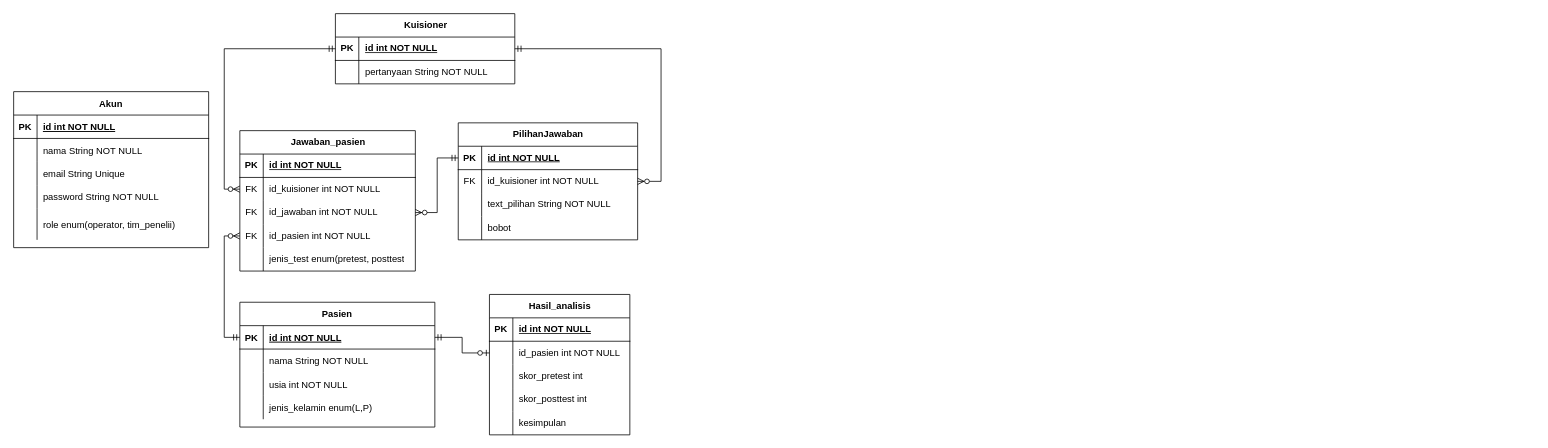
zzarr/Tugas-Akhir keeps this draw.io diagram as Untitled Diagram.drawio. Above is the earlier version. Source tidied: cells renumbered, new cells numbered last; positions are measured from the earlier drawing's top-left corner, leaving out a move shared by most shapes. Both pictures are drawn from the tidied source at 78%, with x=0, y=0 at pixel (13, 13).
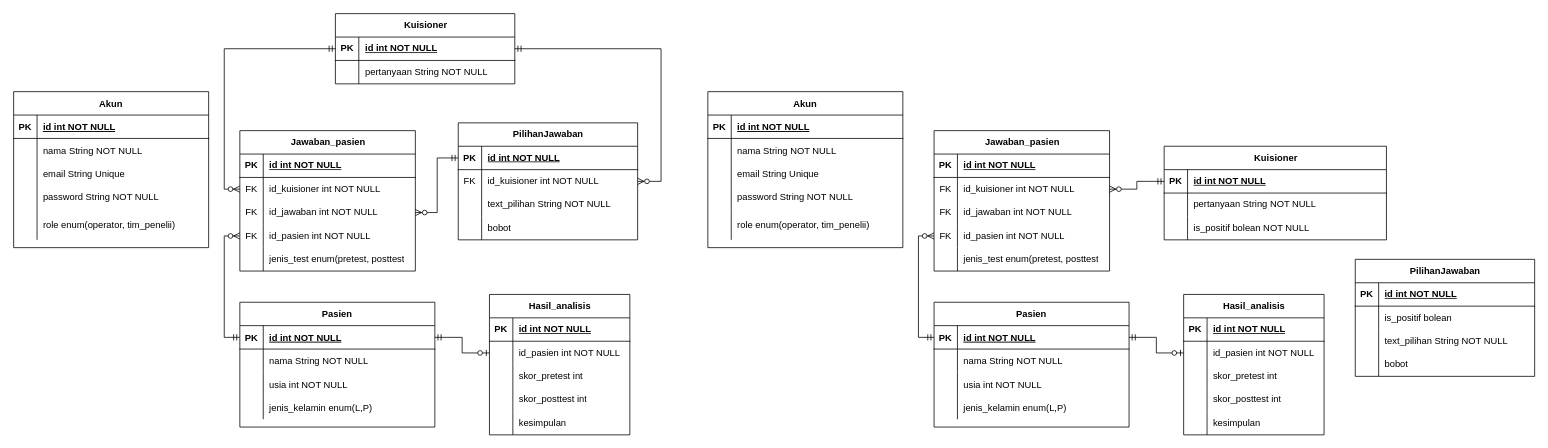
The same page after the edit.

The edit, as a diff of the source:
```diff
@@
+    <mxCell id="88" value="Pasien" style="shape=table;startSize=30;childLayout=tableLayout;rowLines=0;fontStyle=1;align=center;" parent="1" vertex="1">
+      <mxGeometry x="1180" y="370" width="250" height="160" as="geometry" />
+    </mxCell>
+    <mxCell id="89" style="shape=partialRectangle;fillColor=none;points=[[0,0.5],[1,0.5]];portConstraint=eastwest;top=0;left=0;right=0;bottom=1;" parent="88" vertex="1">
+      <mxGeometry y="30" width="250" height="30" as="geometry" />
+    </mxCell>
+    <mxCell id="90" value="PK" style="shape=partialRectangle;overflow=hidden;fillColor=none;top=0;left=0;bottom=0;right=0;fontStyle=1;" parent="89" vertex="1">
+      <mxGeometry width="30" height="30" as="geometry" />
+    </mxCell>
+    <mxCell id="91" value="id int NOT NULL" style="shape=partialRectangle;overflow=hidden;fillColor=none;top=0;left=0;bottom=0;right=0;align=left;spacingLeft=6;fontStyle=5;" parent="89" vertex="1">
+      <mxGeometry x="30" width="220" height="30" as="geometry" />
+    </mxCell>
+    <mxCell id="92" style="shape=partialRectangle;fillColor=none;top=0;left=0;right=0;bottom=0;" parent="88" vertex="1">
+      <mxGeometry y="60" width="250" height="30" as="geometry" />
+    </mxCell>
+    <mxCell id="93" style="shape=partialRectangle;overflow=hidden;fillColor=none;top=0;left=0;bottom=0;right=0;" parent="92" vertex="1">
+      <mxGeometry width="30" height="30" as="geometry" />
+    </mxCell>
+    <mxCell id="94" value="nama String NOT NULL" style="shape=partialRectangle;overflow=hidden;fillColor=none;top=0;left=0;bottom=0;right=0;align=left;spacingLeft=6;" parent="92" vertex="1">
+      <mxGeometry x="30" width="220" height="30" as="geometry" />
+    </mxCell>
+    <mxCell id="95" style="shape=partialRectangle;fillColor=none;top=0;left=0;right=0;bottom=0;" parent="88" vertex="1">
+      <mxGeometry y="90" width="250" height="30" as="geometry" />
+    </mxCell>
+    <mxCell id="96" style="shape=partialRectangle;overflow=hidden;fillColor=none;top=0;left=0;bottom=0;right=0;" parent="95" vertex="1">
+      <mxGeometry width="30" height="30" as="geometry" />
+    </mxCell>
+    <mxCell id="97" value="usia int NOT NULL" style="shape=partialRectangle;overflow=hidden;fillColor=none;top=0;left=0;bottom=0;right=0;align=left;spacingLeft=6;" parent="95" vertex="1">
+      <mxGeometry x="30" width="220" height="30" as="geometry" />
+    </mxCell>
+    <mxCell id="98" style="shape=partialRectangle;fillColor=none;top=0;left=0;right=0;bottom=0;" parent="88" vertex="1">
+      <mxGeometry y="120" width="250" height="30" as="geometry" />
+    </mxCell>
+    <mxCell id="99" style="shape=partialRectangle;overflow=hidden;fillColor=none;top=0;left=0;bottom=0;right=0;" parent="98" vertex="1">
+      <mxGeometry width="30" height="30" as="geometry" />
+    </mxCell>
+    <mxCell id="100" value="jenis_kelamin enum(L,P)" style="shape=partialRectangle;overflow=hidden;fillColor=none;top=0;left=0;bottom=0;right=0;align=left;spacingLeft=6;" parent="98" vertex="1">
+      <mxGeometry x="30" width="220" height="30" as="geometry" />
+    </mxCell>
+    <mxCell id="101" value="Akun" style="shape=table;startSize=30;childLayout=tableLayout;rowLines=0;fontStyle=1;align=center;" parent="1" vertex="1">
+      <mxGeometry x="890" y="100" width="250" height="200" as="geometry" />
+    </mxCell>
+    <mxCell id="102" style="shape=partialRectangle;fillColor=none;top=0;left=0;right=0;bottom=1;" parent="101" vertex="1">
+      <mxGeometry y="30" width="250" height="30" as="geometry" />
+    </mxCell>
+    <mxCell id="103" value="PK" style="shape=partialRectangle;overflow=hidden;fillColor=none;top=0;left=0;bottom=0;right=0;fontStyle=1;" parent="102" vertex="1">
+      <mxGeometry width="30" height="30" as="geometry" />
+    </mxCell>
+    <mxCell id="104" value="id int NOT NULL" style="shape=partialRectangle;overflow=hidden;fillColor=none;top=0;left=0;bottom=0;right=0;align=left;spacingLeft=6;fontStyle=5;" parent="102" vertex="1">
+      <mxGeometry x="30" width="220" height="30" as="geometry" />
+    </mxCell>
+    <mxCell id="105" style="shape=partialRectangle;fillColor=none;top=0;left=0;right=0;bottom=0;" parent="101" vertex="1">
+      <mxGeometry y="60" width="250" height="30" as="geometry" />
+    </mxCell>
+    <mxCell id="106" style="shape=partialRectangle;overflow=hidden;fillColor=none;top=0;left=0;bottom=0;right=0;" parent="105" vertex="1">
+      <mxGeometry width="30" height="30" as="geometry" />
+    </mxCell>
+    <mxCell id="107" value="nama String NOT NULL" style="shape=partialRectangle;overflow=hidden;fillColor=none;top=0;left=0;bottom=0;right=0;align=left;spacingLeft=6;" parent="105" vertex="1">
+      <mxGeometry x="30" width="220" height="30" as="geometry" />
+    </mxCell>
+    <mxCell id="108" style="shape=partialRectangle;fillColor=none;top=0;left=0;right=0;bottom=0;" parent="101" vertex="1">
+      <mxGeometry y="90" width="250" height="30" as="geometry" />
+    </mxCell>
+    <mxCell id="109" style="shape=partialRectangle;overflow=hidden;fillColor=none;top=0;left=0;bottom=0;right=0;" parent="108" vertex="1">
+      <mxGeometry width="30" height="30" as="geometry" />
+    </mxCell>
+    <mxCell id="110" value="email String Unique" style="shape=partialRectangle;overflow=hidden;fillColor=none;top=0;left=0;bottom=0;right=0;align=left;spacingLeft=6;" parent="108" vertex="1">
+      <mxGeometry x="30" width="220" height="30" as="geometry" />
+    </mxCell>
+    <mxCell id="111" style="shape=partialRectangle;fillColor=none;top=0;left=0;right=0;bottom=0;" parent="101" vertex="1">
+      <mxGeometry y="120" width="250" height="30" as="geometry" />
+    </mxCell>
+    <mxCell id="112" style="shape=partialRectangle;overflow=hidden;fillColor=none;top=0;left=0;bottom=0;right=0;" parent="111" vertex="1">
+      <mxGeometry width="30" height="30" as="geometry" />
+    </mxCell>
+    <mxCell id="113" value="password String NOT NULL" style="shape=partialRectangle;overflow=hidden;fillColor=none;top=0;left=0;bottom=0;right=0;align=left;spacingLeft=6;" parent="111" vertex="1">
+      <mxGeometry x="30" width="220" height="30" as="geometry" />
+    </mxCell>
+    <mxCell id="114" style="shape=partialRectangle;fillColor=none;top=0;left=0;right=0;bottom=0;" parent="101" vertex="1">
+      <mxGeometry y="150" width="250" height="40" as="geometry" />
+    </mxCell>
+    <mxCell id="115" style="shape=partialRectangle;overflow=hidden;fillColor=none;top=0;left=0;bottom=0;right=0;" parent="114" vertex="1">
+      <mxGeometry width="30" height="40" as="geometry" />
+    </mxCell>
+    <mxCell id="116" value="role enum(operator, tim_penelii)" style="shape=partialRectangle;overflow=hidden;fillColor=none;top=0;left=0;bottom=0;right=0;align=left;spacingLeft=6;" parent="114" vertex="1">
+      <mxGeometry x="30" width="220" height="40" as="geometry" />
+    </mxCell>
+    <mxCell id="117" value="Kuisioner" style="shape=table;startSize=30;childLayout=tableLayout;rowLines=0;fontStyle=1;align=center;html=1;" parent="1" vertex="1">
+      <mxGeometry x="1475" y="170" width="285" height="120" as="geometry" />
+    </mxCell>
+    <mxCell id="118" style="shape=tableRow;horizontal=0;startSize=0;swimlaneHead=0;swimlaneBody=0;fillColor=none;points=[[0,0.5],[1,0.5]];portConstraint=eastwest;top=0;left=0;right=0;bottom=1;" parent="117" vertex="1">
+      <mxGeometry y="30" width="285" height="30" as="geometry" />
+    </mxCell>
+    <mxCell id="119" value="PK" style="shape=partialRectangle;fillColor=none;top=0;left=0;bottom=0;right=0;fontStyle=1;overflow=hidden;whiteSpace=wrap;html=1;" parent="118" vertex="1">
+      <mxGeometry width="30" height="30" as="geometry" />
+    </mxCell>
+    <mxCell id="120" value="id int NOT NULL" style="shape=partialRectangle;fillColor=none;top=0;left=0;bottom=0;right=0;align=left;spacingLeft=6;fontStyle=5;overflow=hidden;whiteSpace=wrap;html=1;" parent="118" vertex="1">
+      <mxGeometry x="30" width="255" height="30" as="geometry" />
+    </mxCell>
+    <mxCell id="121" style="shape=tableRow;horizontal=0;startSize=0;swimlaneHead=0;swimlaneBody=0;fillColor=none;top=0;left=0;right=0;bottom=0;" parent="117" vertex="1">
+      <mxGeometry y="60" width="285" height="30" as="geometry" />
+    </mxCell>
+    <mxCell id="122" style="shape=partialRectangle;fillColor=none;top=0;left=0;bottom=0;right=0;overflow=hidden;whiteSpace=wrap;html=1;" parent="121" vertex="1">
+      <mxGeometry width="30" height="30" as="geometry" />
+    </mxCell>
+    <mxCell id="123" value="pertanyaan String NOT NULL" style="shape=partialRectangle;fillColor=none;top=0;left=0;bottom=0;right=0;align=left;spacingLeft=6;overflow=hidden;whiteSpace=wrap;html=1;" parent="121" vertex="1">
+      <mxGeometry x="30" width="255" height="30" as="geometry" />
+    </mxCell>
+    <mxCell id="124" style="shape=tableRow;horizontal=0;startSize=0;swimlaneHead=0;swimlaneBody=0;fillColor=none;top=0;left=0;right=0;bottom=0;" parent="117" vertex="1">
+      <mxGeometry y="90" width="285" height="30" as="geometry" />
+    </mxCell>
+    <mxCell id="125" style="shape=partialRectangle;fillColor=none;top=0;left=0;bottom=0;right=0;overflow=hidden;whiteSpace=wrap;html=1;" parent="124" vertex="1">
+      <mxGeometry width="30" height="30" as="geometry" />
+    </mxCell>
+    <mxCell id="126" value="is_positif bolean NOT NULL" style="shape=partialRectangle;fillColor=none;top=0;left=0;bottom=0;right=0;align=left;spacingLeft=6;overflow=hidden;whiteSpace=wrap;html=1;" parent="124" vertex="1">
+      <mxGeometry x="30" width="255" height="30" as="geometry" />
+    </mxCell>
+    <mxCell id="127" value="Jawaban_pasien" style="shape=table;startSize=30;childLayout=tableLayout;rowLines=0;fontStyle=1;align=center;html=1;" parent="1" vertex="1">
+      <mxGeometry x="1180" y="150" width="225" height="180" as="geometry" />
+    </mxCell>
+    <mxCell id="128" style="shape=tableRow;horizontal=0;startSize=0;swimlaneHead=0;swimlaneBody=0;fillColor=none;top=0;left=0;right=0;bottom=1;" parent="127" vertex="1">
+      <mxGeometry y="30" width="225" height="30" as="geometry" />
+    </mxCell>
+    <mxCell id="129" value="PK" style="shape=partialRectangle;fillColor=none;top=0;left=0;bottom=0;right=0;fontStyle=1;overflow=hidden;whiteSpace=wrap;html=1;" parent="128" vertex="1">
+      <mxGeometry width="30" height="30" as="geometry" />
+    </mxCell>
+    <mxCell id="130" value="id int NOT NULL" style="shape=partialRectangle;fillColor=none;top=0;left=0;bottom=0;right=0;align=left;spacingLeft=6;fontStyle=5;overflow=hidden;whiteSpace=wrap;html=1;" parent="128" vertex="1">
+      <mxGeometry x="30" width="195" height="30" as="geometry" />
+    </mxCell>
+    <mxCell id="131" style="shape=tableRow;horizontal=0;startSize=0;swimlaneHead=0;swimlaneBody=0;fillColor=none;points=[[0,0.5],[1,0.5]];portConstraint=eastwest;top=0;left=0;right=0;bottom=0;" parent="127" vertex="1">
+      <mxGeometry y="60" width="225" height="30" as="geometry" />
+    </mxCell>
+    <mxCell id="132" value="FK" style="shape=partialRectangle;fillColor=none;top=0;left=0;bottom=0;right=0;overflow=hidden;whiteSpace=wrap;html=1;" parent="131" vertex="1">
+      <mxGeometry width="30" height="30" as="geometry" />
+    </mxCell>
+    <mxCell id="133" value="id_kuisioner int NOT NULL" style="shape=partialRectangle;fillColor=none;top=0;left=0;bottom=0;right=0;align=left;spacingLeft=6;overflow=hidden;whiteSpace=wrap;html=1;" parent="131" vertex="1">
+      <mxGeometry x="30" width="195" height="30" as="geometry" />
+    </mxCell>
+    <mxCell id="134" style="shape=tableRow;horizontal=0;startSize=0;swimlaneHead=0;swimlaneBody=0;fillColor=none;top=0;left=0;right=0;bottom=0;" parent="127" vertex="1">
+      <mxGeometry y="90" width="225" height="30" as="geometry" />
+    </mxCell>
+    <mxCell id="135" value="FK" style="shape=partialRectangle;fillColor=none;top=0;left=0;bottom=0;right=0;overflow=hidden;whiteSpace=wrap;html=1;" parent="134" vertex="1">
+      <mxGeometry width="30" height="30" as="geometry" />
+    </mxCell>
+    <mxCell id="136" value="id_jawaban int NOT NULL" style="shape=partialRectangle;fillColor=none;top=0;left=0;bottom=0;right=0;align=left;spacingLeft=6;overflow=hidden;whiteSpace=wrap;html=1;" parent="134" vertex="1">
+      <mxGeometry x="30" width="195" height="30" as="geometry" />
+    </mxCell>
+    <mxCell id="137" style="shape=tableRow;horizontal=0;startSize=0;swimlaneHead=0;swimlaneBody=0;fillColor=none;points=[[0,0.5],[1,0.5]];portConstraint=eastwest;top=0;left=0;right=0;bottom=0;" parent="127" vertex="1">
+      <mxGeometry y="120" width="225" height="30" as="geometry" />
+    </mxCell>
+    <mxCell id="138" value="FK" style="shape=partialRectangle;fillColor=none;top=0;left=0;bottom=0;right=0;overflow=hidden;whiteSpace=wrap;html=1;" parent="137" vertex="1">
+      <mxGeometry width="30" height="30" as="geometry" />
+    </mxCell>
+    <mxCell id="139" value="id_pasien int NOT NULL" style="shape=partialRectangle;fillColor=none;top=0;left=0;bottom=0;right=0;align=left;spacingLeft=6;overflow=hidden;whiteSpace=wrap;html=1;" parent="137" vertex="1">
+      <mxGeometry x="30" width="195" height="30" as="geometry" />
+    </mxCell>
+    <mxCell id="140" style="shape=tableRow;horizontal=0;startSize=0;swimlaneHead=0;swimlaneBody=0;fillColor=none;top=0;left=0;right=0;bottom=0;" parent="127" vertex="1">
+      <mxGeometry y="150" width="225" height="30" as="geometry" />
+    </mxCell>
+    <mxCell id="141" style="shape=partialRectangle;fillColor=none;top=0;left=0;bottom=0;right=0;overflow=hidden;whiteSpace=wrap;html=1;" parent="140" vertex="1">
+      <mxGeometry width="30" height="30" as="geometry" />
+    </mxCell>
+    <mxCell id="142" value="jenis_test enum(pretest, posttest" style="shape=partialRectangle;fillColor=none;top=0;left=0;bottom=0;right=0;align=left;spacingLeft=6;overflow=hidden;whiteSpace=wrap;html=1;" parent="140" vertex="1">
+      <mxGeometry x="30" width="195" height="30" as="geometry" />
+    </mxCell>
+    <mxCell id="143" style="edgeStyle=elbowEdgeStyle;fontSize=12;html=1;endArrow=ERzeroToMany;startArrow=ERmandOne;rounded=0;entryX=0;entryY=0.5;entryDx=0;entryDy=0;exitX=0;exitY=0.5;exitDx=0;exitDy=0;" parent="1" edge="1" source="89" target="137">
+      <mxGeometry relative="1" as="geometry">
+        <Array as="points">
+          <mxPoint x="1160" y="290" />
+        </Array>
+      </mxGeometry>
+    </mxCell>
+    <mxCell id="144" value="Hasil_analisis" style="shape=table;startSize=30;childLayout=tableLayout;rowLines=0;fontStyle=1;align=center;html=1;" parent="1" vertex="1">
+      <mxGeometry x="1500" y="360" width="180" height="180" as="geometry" />
+    </mxCell>
+    <mxCell id="145" style="shape=tableRow;horizontal=0;startSize=0;swimlaneHead=0;swimlaneBody=0;fillColor=none;top=0;left=0;right=0;bottom=1;" parent="144" vertex="1">
+      <mxGeometry y="30" width="180" height="30" as="geometry" />
+    </mxCell>
+    <mxCell id="146" value="PK" style="shape=partialRectangle;fillColor=none;top=0;left=0;bottom=0;right=0;fontStyle=1;overflow=hidden;whiteSpace=wrap;html=1;" parent="145" vertex="1">
+      <mxGeometry width="30" height="30" as="geometry" />
+    </mxCell>
+    <mxCell id="147" value="id int NOT NULL" style="shape=partialRectangle;fillColor=none;top=0;left=0;bottom=0;right=0;align=left;spacingLeft=6;fontStyle=5;overflow=hidden;whiteSpace=wrap;html=1;" parent="145" vertex="1">
+      <mxGeometry x="30" width="150" height="30" as="geometry" />
+    </mxCell>
+    <mxCell id="148" style="shape=tableRow;horizontal=0;startSize=0;swimlaneHead=0;swimlaneBody=0;fillColor=none;points=[[0,0.5],[1,0.5]];portConstraint=eastwest;top=0;left=0;right=0;bottom=0;" parent="144" vertex="1">
+      <mxGeometry y="60" width="180" height="30" as="geometry" />
+    </mxCell>
+    <mxCell id="149" style="shape=partialRectangle;fillColor=none;top=0;left=0;bottom=0;right=0;overflow=hidden;whiteSpace=wrap;html=1;" parent="148" vertex="1">
+      <mxGeometry width="30" height="30" as="geometry" />
+    </mxCell>
+    <mxCell id="150" value="id_pasien int NOT NULL" style="shape=partialRectangle;fillColor=none;top=0;left=0;bottom=0;right=0;align=left;spacingLeft=6;overflow=hidden;whiteSpace=wrap;html=1;" parent="148" vertex="1">
+      <mxGeometry x="30" width="150" height="30" as="geometry" />
+    </mxCell>
+    <mxCell id="151" style="shape=tableRow;horizontal=0;startSize=0;swimlaneHead=0;swimlaneBody=0;fillColor=none;top=0;left=0;right=0;bottom=0;" parent="144" vertex="1">
+      <mxGeometry y="90" width="180" height="30" as="geometry" />
+    </mxCell>
+    <mxCell id="152" style="shape=partialRectangle;fillColor=none;top=0;left=0;bottom=0;right=0;overflow=hidden;whiteSpace=wrap;html=1;" parent="151" vertex="1">
+      <mxGeometry width="30" height="30" as="geometry" />
+    </mxCell>
+    <mxCell id="153" value="skor_pretest int&amp;nbsp;" style="shape=partialRectangle;fillColor=none;top=0;left=0;bottom=0;right=0;align=left;spacingLeft=6;overflow=hidden;whiteSpace=wrap;html=1;" parent="151" vertex="1">
+      <mxGeometry x="30" width="150" height="30" as="geometry" />
+    </mxCell>
+    <mxCell id="154" style="shape=tableRow;horizontal=0;startSize=0;swimlaneHead=0;swimlaneBody=0;fillColor=none;top=0;left=0;right=0;bottom=0;" parent="144" vertex="1">
+      <mxGeometry y="120" width="180" height="30" as="geometry" />
+    </mxCell>
+    <mxCell id="155" style="shape=partialRectangle;fillColor=none;top=0;left=0;bottom=0;right=0;overflow=hidden;whiteSpace=wrap;html=1;" parent="154" vertex="1">
+      <mxGeometry width="30" height="30" as="geometry" />
+    </mxCell>
+    <mxCell id="156" value="skor_posttest int" style="shape=partialRectangle;fillColor=none;top=0;left=0;bottom=0;right=0;align=left;spacingLeft=6;overflow=hidden;whiteSpace=wrap;html=1;" parent="154" vertex="1">
+      <mxGeometry x="30" width="150" height="30" as="geometry" />
+    </mxCell>
+    <mxCell id="157" style="shape=tableRow;horizontal=0;startSize=0;swimlaneHead=0;swimlaneBody=0;fillColor=none;top=0;left=0;right=0;bottom=0;" parent="144" vertex="1">
+      <mxGeometry y="150" width="180" height="30" as="geometry" />
+    </mxCell>
+    <mxCell id="158" style="shape=partialRectangle;fillColor=none;top=0;left=0;bottom=0;right=0;overflow=hidden;whiteSpace=wrap;html=1;" parent="157" vertex="1">
+      <mxGeometry width="30" height="30" as="geometry" />
+    </mxCell>
+    <mxCell id="159" value="kesimpulan" style="shape=partialRectangle;fillColor=none;top=0;left=0;bottom=0;right=0;align=left;spacingLeft=6;overflow=hidden;whiteSpace=wrap;html=1;" parent="157" vertex="1">
+      <mxGeometry x="30" width="150" height="30" as="geometry" />
+    </mxCell>
+    <mxCell id="160" style="edgeStyle=elbowEdgeStyle;fontSize=12;html=1;endArrow=ERzeroToOne;startArrow=ERmandOne;rounded=0;exitX=1;exitY=0.5;exitDx=0;exitDy=0;entryX=0;entryY=0.5;entryDx=0;entryDy=0;" parent="1" edge="1" source="89" target="148">
+      <mxGeometry relative="1" as="geometry" />
+    </mxCell>
+    <mxCell id="161" style="edgeStyle=elbowEdgeStyle;fontSize=12;html=1;endArrow=ERzeroToMany;startArrow=ERmandOne;rounded=0;exitX=0;exitY=0.5;exitDx=0;exitDy=0;entryX=1;entryY=0.5;entryDx=0;entryDy=0;" parent="1" edge="1" source="118" target="131">
+      <mxGeometry relative="1" as="geometry" />
+    </mxCell>
+    <mxCell id="162" value="PilihanJawaban" style="shape=table;startSize=30;childLayout=tableLayout;rowLines=0;fontStyle=1;align=center;html=1;" parent="1" vertex="1">
+      <mxGeometry x="1720" y="315" width="230" height="150" as="geometry" />
+    </mxCell>
+    <mxCell id="163" style="shape=tableRow;horizontal=0;startSize=0;swimlaneHead=0;swimlaneBody=0;fillColor=none;top=0;left=0;right=0;bottom=1;" parent="162" vertex="1">
+      <mxGeometry y="30" width="230" height="30" as="geometry" />
+    </mxCell>
+    <mxCell id="164" value="PK" style="shape=partialRectangle;fillColor=none;top=0;left=0;bottom=0;right=0;fontStyle=1;overflow=hidden;whiteSpace=wrap;html=1;" parent="163" vertex="1">
+      <mxGeometry width="30" height="30" as="geometry" />
+    </mxCell>
+    <mxCell id="165" value="id int NOT NULL" style="shape=partialRectangle;fillColor=none;top=0;left=0;bottom=0;right=0;align=left;spacingLeft=6;fontStyle=5;overflow=hidden;whiteSpace=wrap;html=1;" parent="163" vertex="1">
+      <mxGeometry x="30" width="200" height="30" as="geometry" />
+    </mxCell>
+    <mxCell id="166" style="shape=tableRow;horizontal=0;startSize=0;swimlaneHead=0;swimlaneBody=0;fillColor=none;top=0;left=0;right=0;bottom=0;" parent="162" vertex="1">
+      <mxGeometry y="60" width="230" height="30" as="geometry" />
+    </mxCell>
+    <mxCell id="167" style="shape=partialRectangle;fillColor=none;top=0;left=0;bottom=0;right=0;overflow=hidden;whiteSpace=wrap;html=1;" parent="166" vertex="1">
+      <mxGeometry width="30" height="30" as="geometry" />
+    </mxCell>
+    <mxCell id="168" value="is_positif bolean" style="shape=partialRectangle;fillColor=none;top=0;left=0;bottom=0;right=0;align=left;spacingLeft=6;overflow=hidden;whiteSpace=wrap;html=1;" parent="166" vertex="1">
+      <mxGeometry x="30" width="200" height="30" as="geometry" />
+    </mxCell>
+    <mxCell id="169" style="shape=tableRow;horizontal=0;startSize=0;swimlaneHead=0;swimlaneBody=0;fillColor=none;top=0;left=0;right=0;bottom=0;" parent="162" vertex="1">
+      <mxGeometry y="90" width="230" height="30" as="geometry" />
+    </mxCell>
+    <mxCell id="170" style="shape=partialRectangle;fillColor=none;top=0;left=0;bottom=0;right=0;overflow=hidden;whiteSpace=wrap;html=1;" parent="169" vertex="1">
+      <mxGeometry width="30" height="30" as="geometry" />
+    </mxCell>
+    <mxCell id="171" value="text_pilihan String NOT NULL" style="shape=partialRectangle;fillColor=none;top=0;left=0;bottom=0;right=0;align=left;spacingLeft=6;overflow=hidden;whiteSpace=wrap;html=1;" parent="169" vertex="1">
+      <mxGeometry x="30" width="200" height="30" as="geometry" />
+    </mxCell>
+    <mxCell id="172" style="shape=tableRow;horizontal=0;startSize=0;swimlaneHead=0;swimlaneBody=0;fillColor=none;top=0;left=0;right=0;bottom=0;" parent="162" vertex="1">
+      <mxGeometry y="120" width="230" height="30" as="geometry" />
+    </mxCell>
+    <mxCell id="173" style="shape=partialRectangle;fillColor=none;top=0;left=0;bottom=0;right=0;overflow=hidden;whiteSpace=wrap;html=1;" parent="172" vertex="1">
+      <mxGeometry width="30" height="30" as="geometry" />
+    </mxCell>
+    <mxCell id="174" value="bobot" style="shape=partialRectangle;fillColor=none;top=0;left=0;bottom=0;right=0;align=left;spacingLeft=6;overflow=hidden;whiteSpace=wrap;html=1;" parent="172" vertex="1">
+      <mxGeometry x="30" width="200" height="30" as="geometry" />
+    </mxCell>
```
